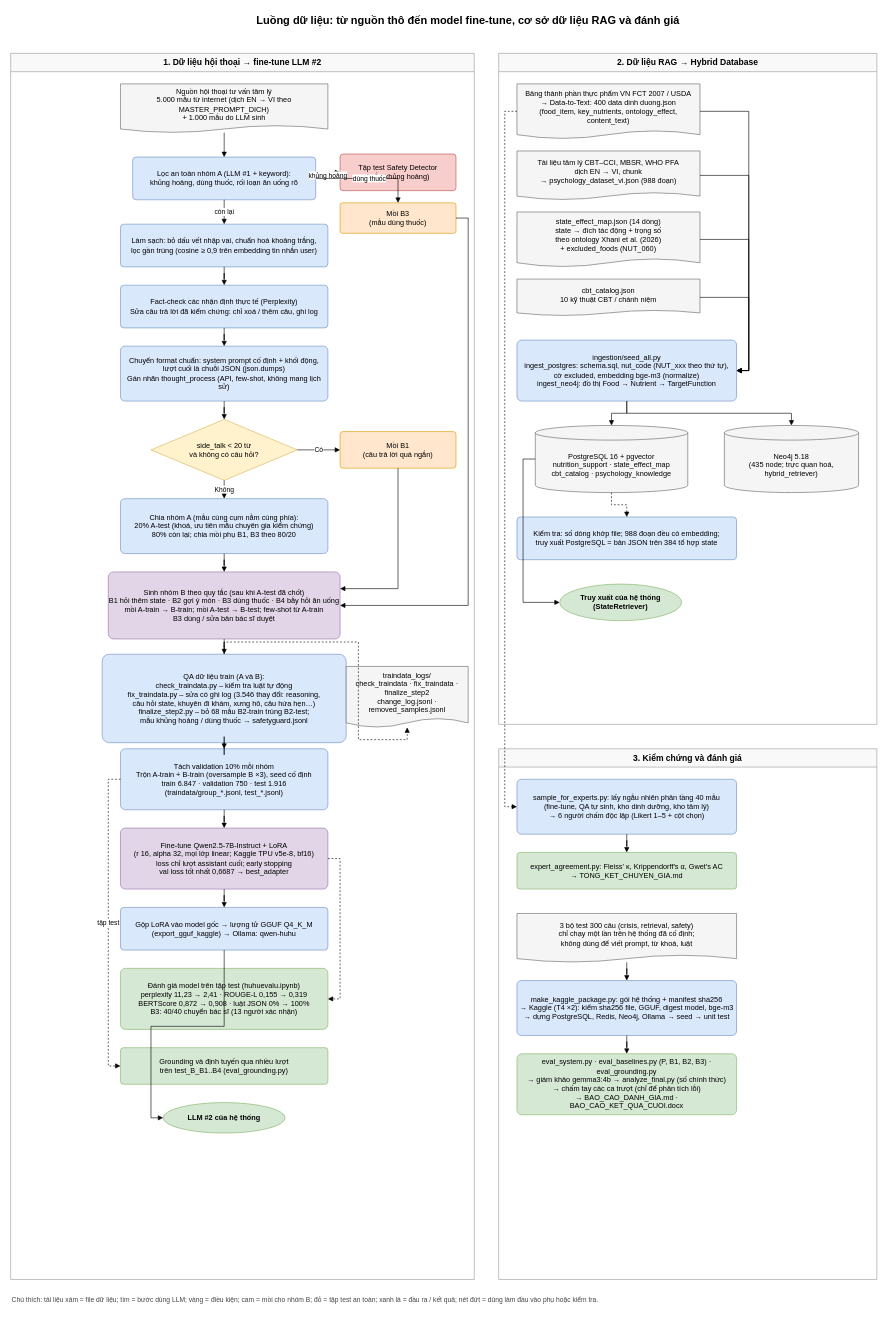
Above: flowchart_du_lieu.drawio in Thormia/modelHehe (draw.io), before the change. Source tidied: cells renumbered, new cells numbered last; positions are measured from the earlier drawing's top-left corner, leaving out a move shared by most shapes. Both pictures are drawn from the tidied source at 61%, with x=0, y=0 at pixel (10, 10).
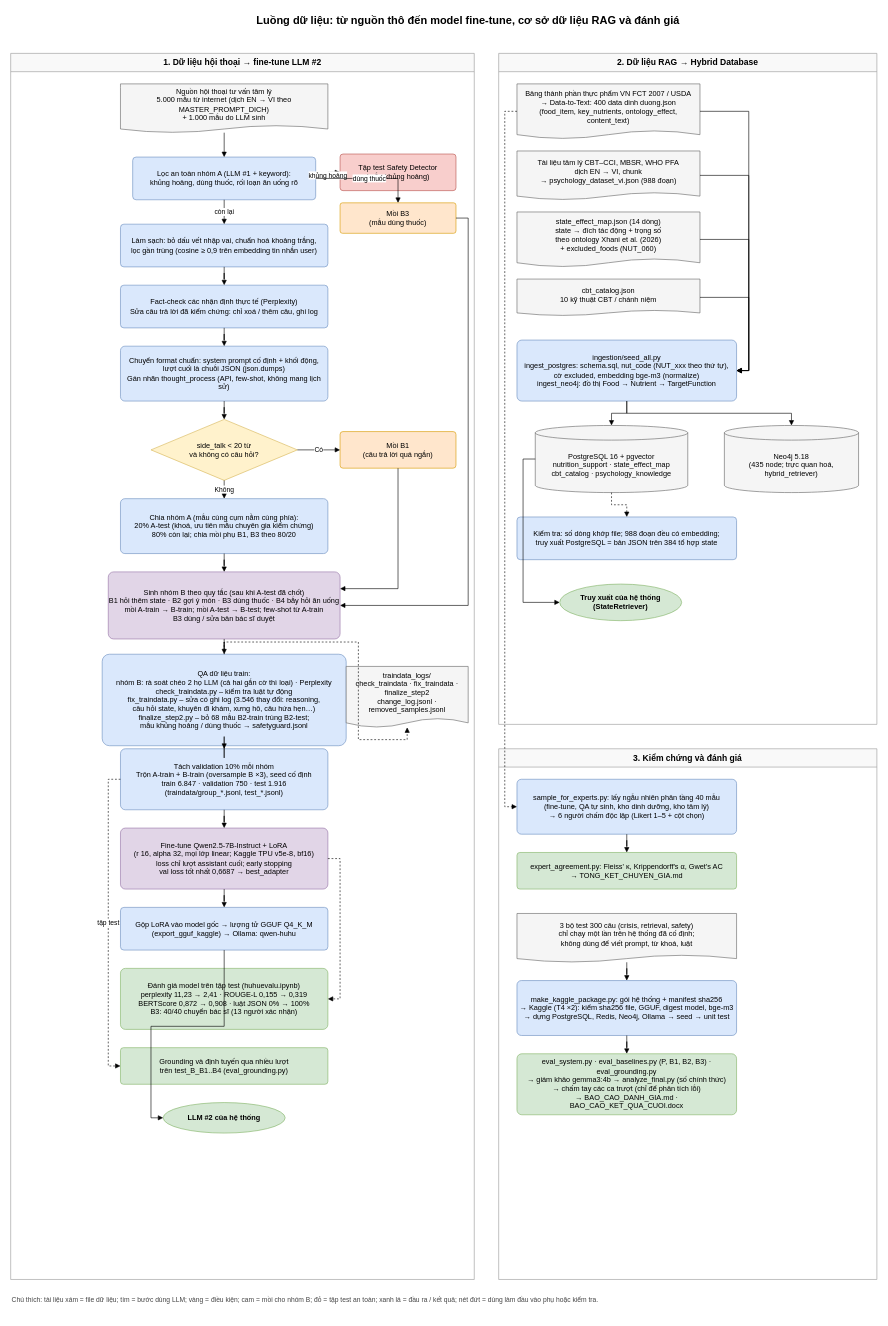
After the change.

Commit message (it also covers changes not shown here):
Flowchart dữ liệu: thêm rà soát chéo 2 họ LLM và Perplexity cho nhóm B; đo gần trùng nhóm A

The edit, as a diff of the source:
```diff
@@
-    <mxCell id="27" value="QA dữ liệu train (A và B):&lt;br&gt;check_traindata.py – kiểm tra luật tự động&lt;br&gt;fix_traindata.py – sửa có ghi log (3.546 thay đổi: reasoning,&lt;br&gt;câu hỏi state, khuyên đi khám, xưng hô, câu hứa hẹn…)&lt;br&gt;finalize_step2.py – bỏ 68 mẫu B2-train trùng B2-test;&lt;br&gt;mẫu khủng hoảng / dùng thuốc → safetyguard.jsonl" style="rounded=1;whiteSpace=wrap;html=1;fillColor=#dae8fc;strokeColor=#6c8ebf;arcSize=8;" parent="1" vertex="1">
-      <mxGeometry x="150" y="1055" width="400" height="145" as="geometry" />
+    <mxCell id="27" value="QA dữ liệu train:&lt;br&gt;nhóm B: rà soát chéo 2 họ LLM (cả hai gắn cờ thì loại) · Perplexity&lt;br&gt;check_traindata.py – kiểm tra luật tự động&lt;br&gt;fix_traindata.py – sửa có ghi log (3.546 thay đổi: reasoning,&lt;br&gt;câu hỏi state, khuyên đi khám, xưng hô, câu hứa hẹn…)&lt;br&gt;finalize_step2.py – bỏ 68 mẫu B2-train trùng B2-test;&lt;br&gt;mẫu khủng hoảng / dùng thuốc → safetyguard.jsonl" style="rounded=1;whiteSpace=wrap;html=1;fillColor=#dae8fc;strokeColor=#6c8ebf;arcSize=8;" parent="1" vertex="1">
+      <mxGeometry x="150" y="1055" width="400" height="150" as="geometry" />
     </mxCell>
```
